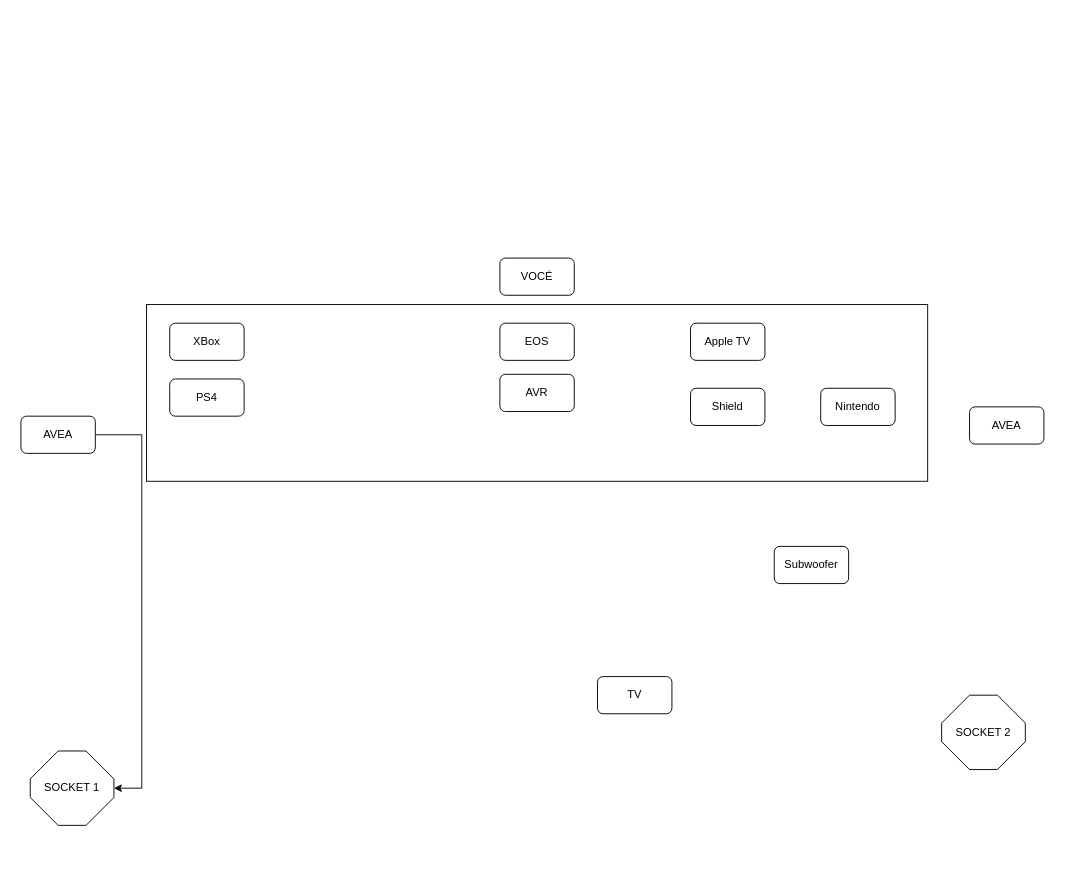
This is .github/Untitled Diagram.drawio from lilpharao/lilpharao, a draw.io file, before an edit. Source tidied: cells renumbered, new cells numbered last; positions are measured from the earlier drawing's top-left corner, leaving out a move shared by most shapes. Both pictures are drawn from the tidied source at 93%, with x=0, y=0 at pixel (20, 258).
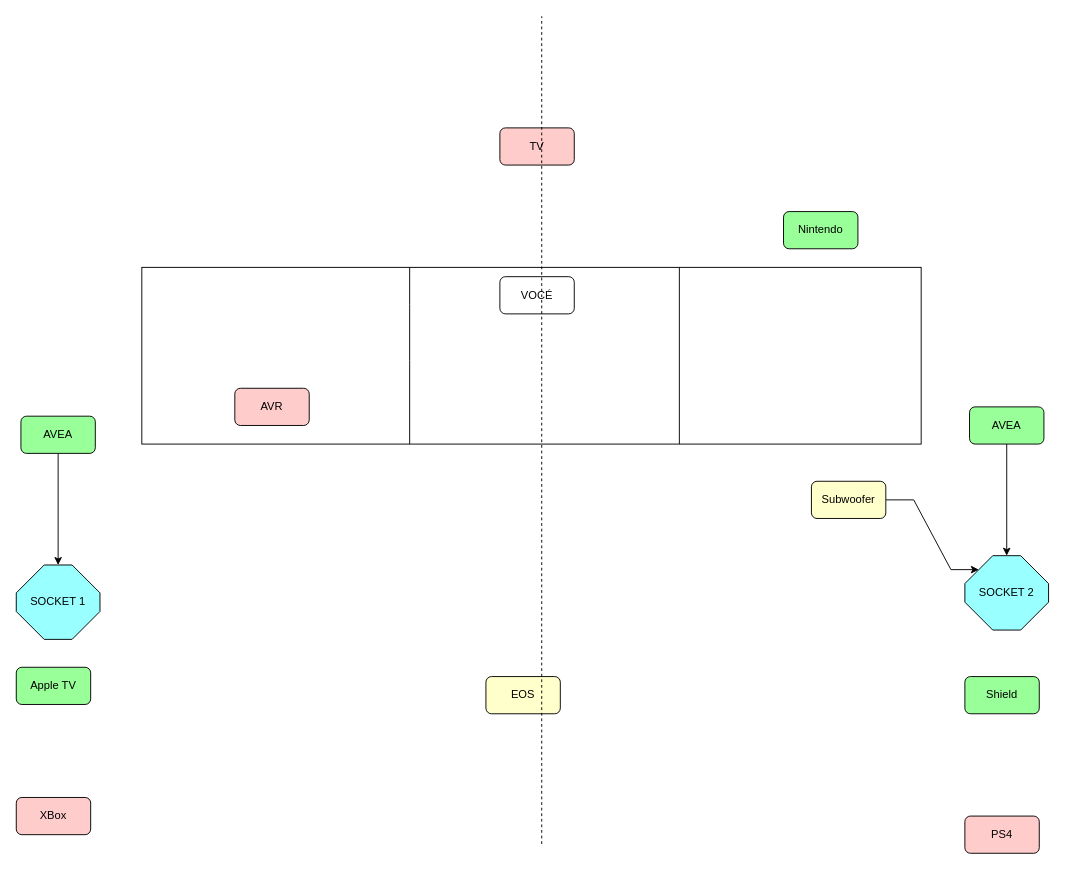
After the change.

The edit, as a diff of the source:
```diff
@@
     <mxCell id="2" style="rounded=0;whiteSpace=wrap;html=1;" parent="1" vertex="1">
-      <mxGeometry x="135" y="50" width="840" height="190" as="geometry" />
+      <mxGeometry x="130" y="10" width="838" height="190" as="geometry" />
     </mxCell>
-    <mxCell id="3" value="XBox" style="rounded=1;whiteSpace=wrap;html=1;" parent="1" vertex="1">
-      <mxGeometry x="160" y="70" width="80" height="40" as="geometry" />
+    <mxCell id="3" value="XBox" style="rounded=1;whiteSpace=wrap;html=1;fillColor=#FFCCCC;" parent="1" vertex="1">
+      <mxGeometry x="-5" y="580" width="80" height="40" as="geometry" />
     </mxCell>
-    <mxCell id="4" value="PS4" style="rounded=1;whiteSpace=wrap;html=1;" parent="1" vertex="1">
-      <mxGeometry x="160" y="130" width="80" height="40" as="geometry" />
+    <mxCell id="4" value="PS4" style="rounded=1;whiteSpace=wrap;html=1;fillColor=#FFCCCC;" parent="1" vertex="1">
+      <mxGeometry x="1015" y="600" width="80" height="40" as="geometry" />
     </mxCell>
-    <mxCell id="5" value="EOS" style="rounded=1;whiteSpace=wrap;html=1;" parent="1" vertex="1">
-      <mxGeometry x="515" y="70" width="80" height="40" as="geometry" />
+    <mxCell id="5" value="EOS" style="rounded=1;whiteSpace=wrap;html=1;fillColor=#FFFFCC;" parent="1" vertex="1">
+      <mxGeometry x="500" y="450" width="80" height="40" as="geometry" />
     </mxCell>
-    <mxCell id="6" value="Shield" style="rounded=1;whiteSpace=wrap;html=1;" parent="1" vertex="1">
-      <mxGeometry x="720" y="140" width="80" height="40" as="geometry" />
+    <mxCell id="6" value="Shield" style="rounded=1;whiteSpace=wrap;html=1;fillColor=#99FF99;" parent="1" vertex="1">
+      <mxGeometry x="1015" y="450" width="80" height="40" as="geometry" />
     </mxCell>
-    <mxCell id="7" value="Apple TV" style="rounded=1;whiteSpace=wrap;html=1;" parent="1" vertex="1">
-      <mxGeometry x="720" y="70" width="80" height="40" as="geometry" />
+    <mxCell id="7" value="Apple TV" style="rounded=1;whiteSpace=wrap;html=1;fillColor=#99FF99;" parent="1" vertex="1">
+      <mxGeometry x="-5" y="440" width="80" height="40" as="geometry" />
     </mxCell>
-    <mxCell id="8" value="Nintendo" style="rounded=1;whiteSpace=wrap;html=1;" parent="1" vertex="1">
-      <mxGeometry x="860" y="140" width="80" height="40" as="geometry" />
+    <mxCell id="8" value="Nintendo" style="rounded=1;whiteSpace=wrap;html=1;fillColor=#99FF99;" parent="1" vertex="1">
+      <mxGeometry x="820" y="-50" width="80" height="40" as="geometry" />
     </mxCell>
     <mxCell id="9" value="VOCÉ" style="rounded=1;whiteSpace=wrap;html=1;" parent="1" vertex="1">
-      <mxGeometry x="515" width="80" height="40" as="geometry" />
+      <mxGeometry x="515" y="20" width="80" height="40" as="geometry" />
     </mxCell>
-    <mxCell id="10" value="AVR" style="rounded=1;whiteSpace=wrap;html=1;" parent="1" vertex="1">
-      <mxGeometry x="515" y="125" width="80" height="40" as="geometry" />
+    <mxCell id="10" value="AVR" style="rounded=1;whiteSpace=wrap;html=1;fillColor=#FFCCCC;" parent="1" vertex="1">
+      <mxGeometry x="230" y="140" width="80" height="40" as="geometry" />
     </mxCell>
-    <mxCell id="11" style="edgeStyle=entityRelationEdgeStyle;rounded=0;jettySize=auto;html=1;" parent="1" edge="1" source="12" target="16">
+    <mxCell id="11" style="edgeStyle=orthogonalEdgeStyle;rounded=0;jettySize=auto;html=1;" parent="1" edge="1" source="12" target="16">
       <mxGeometry relative="1" as="geometry" />
     </mxCell>
-    <mxCell id="12" value="AVEA" style="rounded=1;whiteSpace=wrap;html=1;" parent="1" vertex="1">
+    <mxCell id="12" value="AVEA" style="rounded=1;whiteSpace=wrap;html=1;fillColor=#99FF99;" parent="1" vertex="1">
       <mxGeometry y="170" width="80" height="40" as="geometry" />
     </mxCell>
+    <mxCell id="18" style="edgeStyle=orthogonalEdgeStyle;rounded=0;jettySize=auto;html=1;entryX=0.5;entryY=0;entryDx=0;entryDy=0;entryPerimeter=0;" parent="1" edge="1" source="13" target="17">
+      <mxGeometry relative="1" as="geometry" />
+    </mxCell>
+    <mxCell id="19" style="edgeStyle=entityRelationEdgeStyle;rounded=0;jettySize=auto;html=1;entryX=0;entryY=0;entryDx=15;entryDy=15;entryPerimeter=0;" parent="1" edge="1" source="14" target="17">
+      <mxGeometry relative="1" as="geometry" />
+    </mxCell>
-    <mxCell id="13" value="AVEA" style="rounded=1;whiteSpace=wrap;html=1;" parent="1" vertex="1">
+    <mxCell id="13" value="AVEA" style="rounded=1;whiteSpace=wrap;html=1;fillColor=#99FF99;" parent="1" vertex="1">
       <mxGeometry x="1020" y="160" width="80" height="40" as="geometry" />
     </mxCell>
-    <mxCell id="14" value="Subwoofer" style="rounded=1;whiteSpace=wrap;html=1;" parent="1" vertex="1">
-      <mxGeometry x="810" y="310" width="80" height="40" as="geometry" />
+    <mxCell id="14" value="Subwoofer" style="rounded=1;whiteSpace=wrap;html=1;fillColor=#FFFFCC;" parent="1" vertex="1">
+      <mxGeometry x="850" y="240" width="80" height="40" as="geometry" />
     </mxCell>
-    <mxCell id="15" value="TV" style="rounded=1;whiteSpace=wrap;html=1;" parent="1" vertex="1">
-      <mxGeometry x="620" y="450" width="80" height="40" as="geometry" />
+    <mxCell id="15" value="TV" style="rounded=1;whiteSpace=wrap;html=1;fillColor=#FFCCCC;" parent="1" vertex="1">
+      <mxGeometry x="515" y="-140" width="80" height="40" as="geometry" />
     </mxCell>
-    <mxCell id="16" value="SOCKET 1" style="whiteSpace=wrap;html=1;shape=mxgraph.basic.octagon2;align=center;verticalAlign=middle;dx=15;" parent="1" vertex="1">
-      <mxGeometry x="10" y="530" width="90" height="80" as="geometry" />
+    <mxCell id="16" value="SOCKET 1" style="whiteSpace=wrap;html=1;shape=mxgraph.basic.octagon2;align=center;verticalAlign=middle;dx=15;fillColor=#99FFFF;" parent="1" vertex="1">
+      <mxGeometry x="-5" y="330" width="90" height="80" as="geometry" />
     </mxCell>
-    <mxCell id="17" value="&lt;div&gt;SOCKET 2&lt;/div&gt;" style="whiteSpace=wrap;html=1;shape=mxgraph.basic.octagon2;align=center;verticalAlign=middle;dx=15;" parent="1" vertex="1">
-      <mxGeometry x="990" y="470" width="90" height="80" as="geometry" />
+    <mxCell id="17" value="&lt;div&gt;SOCKET 2&lt;/div&gt;" style="whiteSpace=wrap;html=1;shape=mxgraph.basic.octagon2;align=center;verticalAlign=middle;dx=15;fillColor=#99FFFF;" parent="1" vertex="1">
+      <mxGeometry x="1015" y="320" width="90" height="80" as="geometry" />
     </mxCell>
+    <mxCell id="20" style="endArrow=none;html=1;rounded=0;entryX=0.25;entryY=0;entryDx=0;entryDy=0;exitX=0.25;exitY=1;exitDx=0;exitDy=0;" parent="1" edge="1">
+      <mxGeometry relative="1" as="geometry">
+        <mxPoint x="418" y="200" as="sourcePoint" />
+        <mxPoint x="418" y="10" as="targetPoint" />
+        <Array as="points">
+          <mxPoint x="418" y="110" />
+          <mxPoint x="418" y="50" />
+        </Array>
+      </mxGeometry>
+    </mxCell>
+    <mxCell id="21" style="endArrow=none;html=1;rounded=0;entryX=0.25;entryY=0;entryDx=0;entryDy=0;exitX=0.25;exitY=1;exitDx=0;exitDy=0;" parent="1" edge="1">
+      <mxGeometry relative="1" as="geometry">
+        <mxPoint x="708" y="200" as="sourcePoint" />
+        <mxPoint x="708" y="10" as="targetPoint" />
+      </mxGeometry>
+    </mxCell>
+    <mxCell id="22" style="endArrow=none;dashed=1;html=1;rounded=0;" parent="1" edge="1">
+      <mxGeometry relative="1" as="geometry">
+        <mxPoint x="560" y="630" as="sourcePoint" />
+        <mxPoint x="560" y="-260" as="targetPoint" />
+      </mxGeometry>
+    </mxCell>
```
